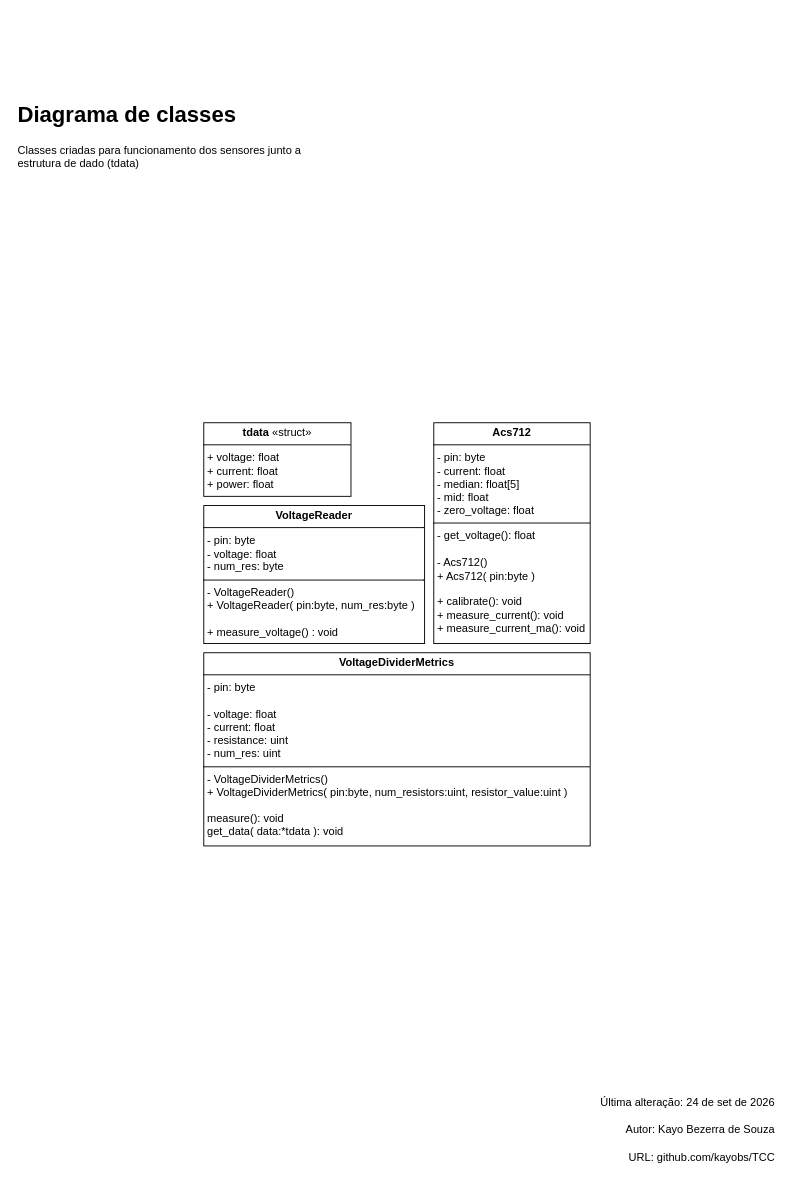
The draw.io diagram docs/uml/class_diagram.drawio in KayoBS/TCC, before the edit. Source tidied: cells renumbered, new cells numbered last; positions are measured from the earlier drawing's top-left corner, leaving out a move shared by most shapes. Both pictures are drawn from the tidied source at 92%, with x=0, y=0 at pixel (16, 96).
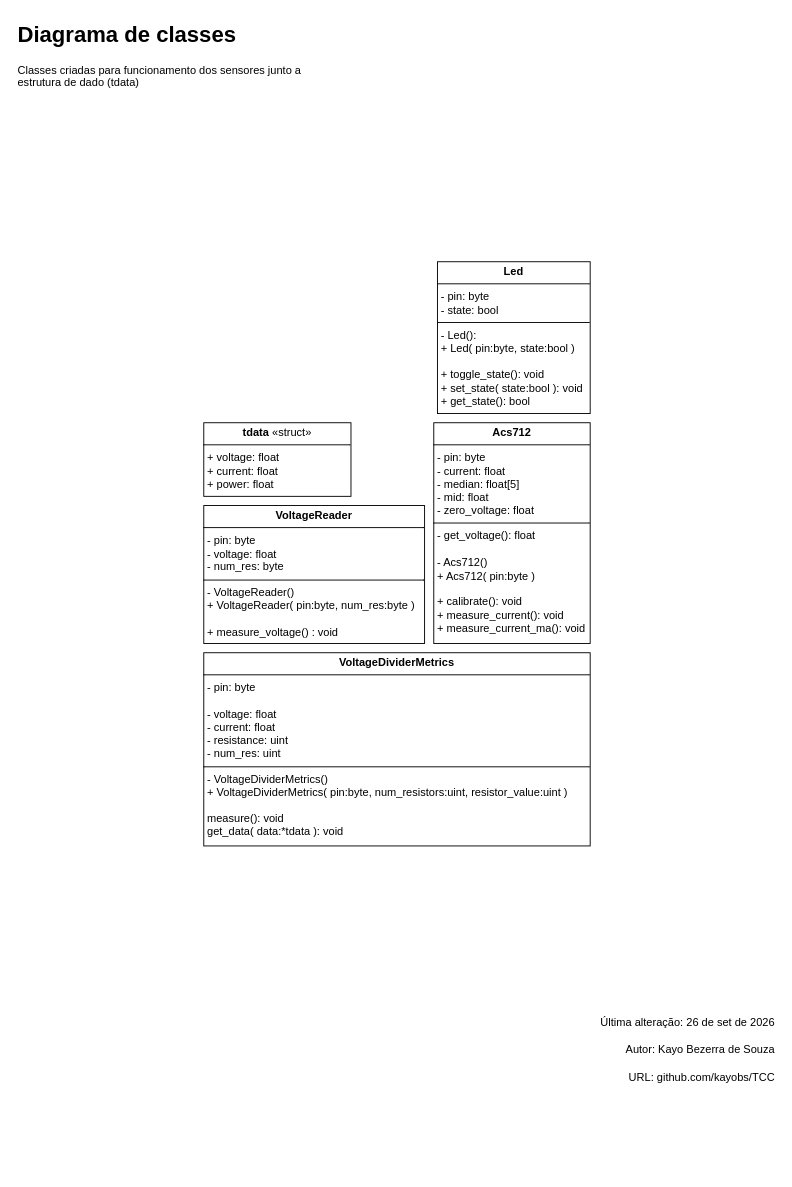
After the change.

Diff of the diagram source:
```diff
@@
 <mxGraphModel>
   <root>
     <mxCell id="0" />
     <mxCell id="1" parent="0" />
     <mxCell id="2" value="&lt;p style=&quot;margin:0px;margin-top:4px;text-align:center;&quot;&gt;&lt;b&gt;Acs712&lt;/b&gt;&lt;/p&gt;&lt;hr size=&quot;1&quot; style=&quot;border-style:solid;&quot;&gt;&lt;p style=&quot;margin:0px;margin-left:4px;&quot;&gt;- pin: byte&lt;/p&gt;&lt;p style=&quot;margin:0px;margin-left:4px;&quot;&gt;- current: float&lt;/p&gt;&lt;p style=&quot;margin:0px;margin-left:4px;&quot;&gt;- median: float[5]&lt;/p&gt;&lt;p style=&quot;margin:0px;margin-left:4px;&quot;&gt;- mid: float&lt;/p&gt;&lt;p style=&quot;margin:0px;margin-left:4px;&quot;&gt;- zero_voltage: float&lt;/p&gt;&lt;hr size=&quot;1&quot; style=&quot;border-style:solid;&quot;&gt;&lt;p style=&quot;margin:0px;margin-left:4px;&quot;&gt;- get_voltage(): float&lt;/p&gt;&lt;p style=&quot;margin:0px;margin-left:4px;&quot;&gt;&lt;br&gt;&lt;/p&gt;&lt;p style=&quot;margin:0px;margin-left:4px;&quot;&gt;- Acs712()&lt;/p&gt;&lt;p style=&quot;margin:0px;margin-left:4px;&quot;&gt;&lt;span style=&quot;background-color: transparent; color: light-dark(rgb(0, 0, 0), rgb(255, 255, 255));&quot;&gt;+ Acs712( pin:byte )&lt;/span&gt;&lt;/p&gt;&lt;p style=&quot;margin:0px;margin-left:4px;&quot;&gt;&lt;span style=&quot;background-color: transparent; color: light-dark(rgb(0, 0, 0), rgb(255, 255, 255));&quot;&gt;&lt;br&gt;&lt;/span&gt;&lt;/p&gt;&lt;p style=&quot;margin:0px;margin-left:4px;&quot;&gt;+ calibrate(): void&lt;/p&gt;&lt;p style=&quot;margin:0px;margin-left:4px;&quot;&gt;+ measure_current(): void&lt;/p&gt;&lt;p style=&quot;margin:0px;margin-left:4px;&quot;&gt;+ measure_current_ma(): void&lt;/p&gt;" style="verticalAlign=top;align=left;overflow=fill;html=1;whiteSpace=wrap;" parent="1" vertex="1">
       <mxGeometry x="454" y="355" width="170" height="240" as="geometry" />
     </mxCell>
     <mxCell id="3" value="&lt;p style=&quot;margin:0px;margin-top:4px;text-align:center;&quot;&gt;&lt;b&gt;VoltageReader&lt;/b&gt;&lt;/p&gt;&lt;hr size=&quot;1&quot; style=&quot;border-style:solid;&quot;&gt;&lt;p style=&quot;margin:0px;margin-left:4px;&quot;&gt;- pin: byte&lt;/p&gt;&lt;p style=&quot;margin:0px;margin-left:4px;&quot;&gt;- voltage: float&lt;/p&gt;&lt;p style=&quot;margin:0px;margin-left:4px;&quot;&gt;- num_res: byte&lt;/p&gt;&lt;hr size=&quot;1&quot; style=&quot;border-style:solid;&quot;&gt;&lt;p style=&quot;margin:0px;margin-left:4px;&quot;&gt;- VoltageReader()&lt;/p&gt;&lt;p style=&quot;margin:0px;margin-left:4px;&quot;&gt;+ VoltageReader( pin:byte, num_res:byte )&lt;/p&gt;&lt;p style=&quot;margin:0px;margin-left:4px;&quot;&gt;&lt;br&gt;&lt;/p&gt;&lt;p style=&quot;margin:0px;margin-left:4px;&quot;&gt;+ measure_voltage() : void&lt;/p&gt;" style="verticalAlign=top;align=left;overflow=fill;html=1;whiteSpace=wrap;" parent="1" vertex="1">
       <mxGeometry x="204" y="445" width="240" height="150" as="geometry" />
     </mxCell>
     <mxCell id="4" value="&lt;p style=&quot;margin:0px;margin-top:4px;text-align:center;&quot;&gt;&lt;b&gt;VoltageDividerMetrics&lt;/b&gt;&lt;/p&gt;&lt;hr size=&quot;1&quot; style=&quot;border-style:solid;&quot;&gt;&lt;p style=&quot;margin:0px;margin-left:4px;&quot;&gt;- pin: byte&lt;/p&gt;&lt;p style=&quot;margin:0px;margin-left:4px;&quot;&gt;&lt;br&gt;&lt;/p&gt;&lt;p style=&quot;margin:0px;margin-left:4px;&quot;&gt;- voltage: float&lt;/p&gt;&lt;p style=&quot;margin:0px;margin-left:4px;&quot;&gt;- current: float&lt;/p&gt;&lt;p style=&quot;margin:0px;margin-left:4px;&quot;&gt;- resistance: uint&lt;/p&gt;&lt;p style=&quot;margin:0px;margin-left:4px;&quot;&gt;- num_res: uint&lt;/p&gt;&lt;hr size=&quot;1&quot; style=&quot;border-style:solid;&quot;&gt;&lt;p style=&quot;margin:0px;margin-left:4px;&quot;&gt;- VoltageDividerMetrics()&lt;/p&gt;&lt;p style=&quot;margin:0px;margin-left:4px;&quot;&gt;+&amp;nbsp;&lt;span style=&quot;background-color: transparent; color: light-dark(rgb(0, 0, 0), rgb(255, 255, 255));&quot;&gt;VoltageDividerMetrics( pin:byte, num_resistors:uint, resistor_value:uint )&lt;/span&gt;&lt;/p&gt;&lt;p style=&quot;margin:0px;margin-left:4px;&quot;&gt;&lt;span style=&quot;background-color: transparent; color: light-dark(rgb(0, 0, 0), rgb(255, 255, 255));&quot;&gt;&lt;br&gt;&lt;/span&gt;&lt;/p&gt;&lt;p style=&quot;margin:0px;margin-left:4px;&quot;&gt;&lt;span style=&quot;background-color: transparent; color: light-dark(rgb(0, 0, 0), rgb(255, 255, 255));&quot;&gt;measure(): void&lt;/span&gt;&lt;/p&gt;&lt;p style=&quot;margin:0px;margin-left:4px;&quot;&gt;&lt;span style=&quot;background-color: transparent; color: light-dark(rgb(0, 0, 0), rgb(255, 255, 255));&quot;&gt;get_data( data:*tdata ): void&lt;/span&gt;&lt;/p&gt;" style="verticalAlign=top;align=left;overflow=fill;html=1;whiteSpace=wrap;" parent="1" vertex="1">
       <mxGeometry x="204" y="605" width="420" height="210" as="geometry" />
     </mxCell>
     <mxCell id="5" value="&lt;p style=&quot;margin:0px;margin-top:4px;text-align:center;&quot;&gt;&lt;b&gt;tdata&amp;nbsp;&lt;/b&gt;&lt;span style=&quot;background-color: transparent; color: light-dark(rgb(0, 0, 0), rgb(255, 255, 255));&quot;&gt;«struct»&lt;/span&gt;&lt;/p&gt;&lt;hr size=&quot;1&quot; style=&quot;border-style:solid;&quot;&gt;&lt;p style=&quot;margin:0px;margin-left:4px;&quot;&gt;+ voltage: float&lt;/p&gt;&lt;p style=&quot;margin:0px;margin-left:4px;&quot;&gt;+ current: float&lt;/p&gt;&lt;p style=&quot;margin:0px;margin-left:4px;&quot;&gt;+ power: float&lt;/p&gt;" style="verticalAlign=top;align=left;overflow=fill;html=1;whiteSpace=wrap;" parent="1" vertex="1">
       <mxGeometry x="204" y="355" width="160" height="80" as="geometry" />
     </mxCell>
     <mxCell id="6" style="group;" parent="1" vertex="1">
-      <mxGeometry x="617" y="1079" width="210" height="90" as="geometry" />
+      <mxGeometry x="617" y="992" width="210" height="90" as="geometry" />
     </mxCell>
     <mxCell id="7" value="URL: github.com/kayobs/TCC" style="text;html=1;whiteSpace=wrap;strokeColor=none;fillColor=none;align=right;verticalAlign=middle;rounded=0;" parent="6" vertex="1">
       <mxGeometry y="60" width="210" height="30" as="geometry" />
     </mxCell>
     <mxCell id="8" value="Autor: Kayo Bezerra de Souza" style="text;html=1;whiteSpace=wrap;strokeColor=none;fillColor=none;align=right;verticalAlign=middle;rounded=0;" parent="6" vertex="1">
       <mxGeometry y="30" width="210" height="30" as="geometry" />
     </mxCell>
-    <mxCell id="9" value="Última alteração: 24 de set de 2026" style="text;html=1;whiteSpace=wrap;strokeColor=none;fillColor=none;align=right;verticalAlign=middle;rounded=0;" parent="6" vertex="1">
+    <mxCell id="9" value="Última alteração: 26 de set de 2026" style="text;html=1;whiteSpace=wrap;strokeColor=none;fillColor=none;align=right;verticalAlign=middle;rounded=0;" parent="6" vertex="1">
       <mxGeometry width="210" height="30" as="geometry" />
     </mxCell>
     <mxCell id="10" value="&lt;h1 style=&quot;margin-top: 0px;&quot;&gt;Diagrama de classes&lt;/h1&gt;&lt;p&gt;Classes criadas para funcionamento dos sensores junto a estrutura de dado (tdata)&lt;/p&gt;" style="text;html=1;whiteSpace=wrap;overflow=hidden;rounded=0;" parent="1" vertex="1">
-      <mxGeometry width="350" height="120" as="geometry" />
+      <mxGeometry y="-87" width="350" height="120" as="geometry" />
     </mxCell>
+    <mxCell id="11" value="&lt;p style=&quot;margin:0px;margin-top:4px;text-align:center;&quot;&gt;&lt;b&gt;Led&lt;/b&gt;&lt;/p&gt;&lt;hr size=&quot;1&quot; style=&quot;border-style:solid;&quot;&gt;&lt;p style=&quot;margin:0px;margin-left:4px;&quot;&gt;- pin: byte&lt;/p&gt;&lt;p style=&quot;margin:0px;margin-left:4px;&quot;&gt;- state: bool&lt;/p&gt;&lt;hr size=&quot;1&quot; style=&quot;border-style:solid;&quot;&gt;&lt;p style=&quot;margin:0px;margin-left:4px;&quot;&gt;- Led():&lt;/p&gt;&lt;p style=&quot;margin:0px;margin-left:4px;&quot;&gt;+ Led( pin:byte, state:bool )&lt;/p&gt;&lt;p style=&quot;margin:0px;margin-left:4px;&quot;&gt;&lt;br&gt;&lt;/p&gt;&lt;p style=&quot;margin:0px;margin-left:4px;&quot;&gt;+ toggle_state(): void&lt;/p&gt;&lt;p style=&quot;margin:0px;margin-left:4px;&quot;&gt;+ set_state( state:bool ): void&lt;/p&gt;&lt;p style=&quot;margin:0px;margin-left:4px;&quot;&gt;+ get_state(): bool&lt;/p&gt;" style="verticalAlign=top;align=left;overflow=fill;html=1;whiteSpace=wrap;" parent="1" vertex="1">
+      <mxGeometry x="458" y="180" width="166" height="165" as="geometry" />
+    </mxCell>
   </root>
 </mxGraphModel>
```
